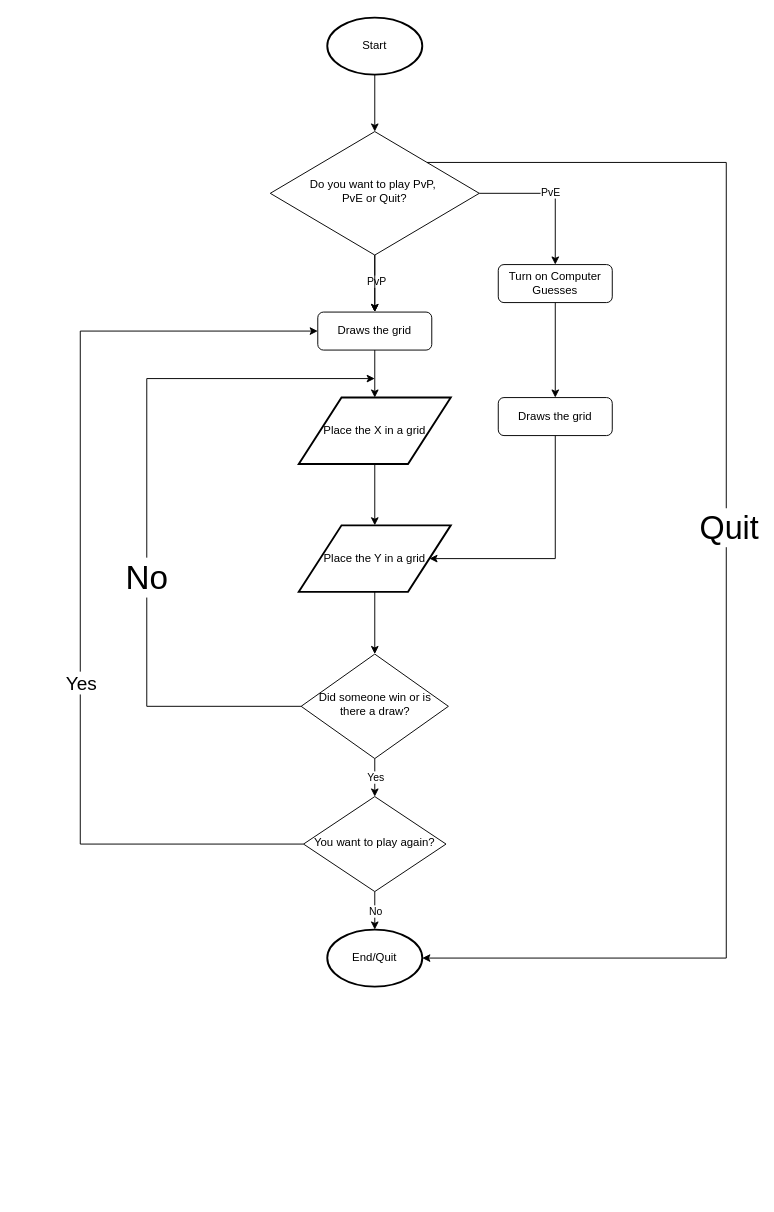
Before: Flowchart.drawio in kacper0880/python_project_tic-tac-toe, a draw.io diagram. Source tidied: cells renumbered, new cells numbered last; positions are measured from the earlier drawing's top-left corner, leaving out a move shared by most shapes. Both pictures are drawn from the tidied source at 95%, with x=0, y=0 at pixel (80, 17).
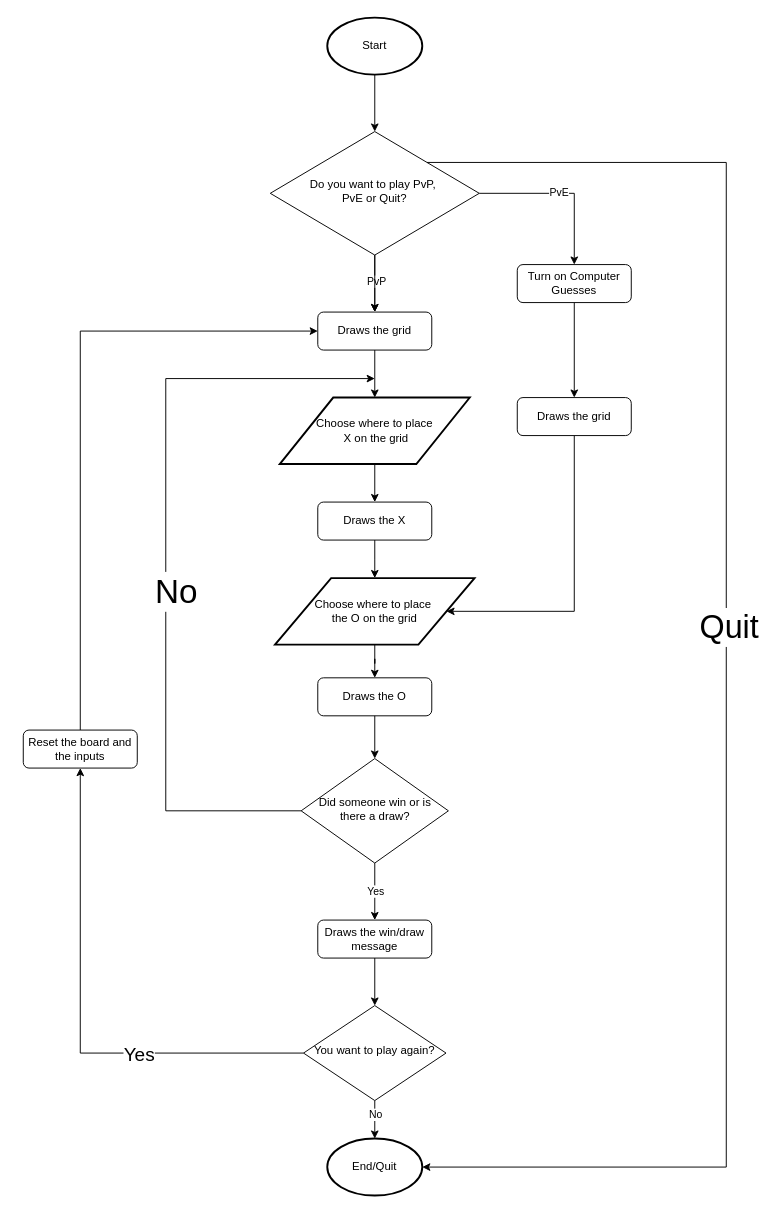
After the change.

Commit message (it also covers changes not shown here):
Added the flowchart photo and added comments

Unchanged cells that the change refers to:
```xml
<mxCell id="9" value="Do you want to play PvP,&amp;nbsp;&lt;div&gt;PvE or Quit?&lt;/div&gt;" style="rhombus;whiteSpace=wrap;html=1;shadow=0;fontFamily=Helvetica;fontSize=12;align=center;strokeWidth=1;spacing=6;spacingTop=-4;" parent="1" vertex="1">
  <mxGeometry x="200" y="120" width="220" height="130" as="geometry" />
</mxCell>
<mxCell id="11" value="Draws the grid" style="rounded=1;whiteSpace=wrap;html=1;fontSize=12;glass=0;strokeWidth=1;shadow=0;" parent="1" vertex="1">
  <mxGeometry x="250" y="310" width="120" height="40" as="geometry" />
</mxCell>
<mxCell id="28" style="edgeStyle=orthogonalEdgeStyle;rounded=0;jettySize=auto;html=1;entryX=0.5;entryY=0;entryDx=0;entryDy=0;entryPerimeter=0;" parent="1" edge="1" source="32" target="14">
  <mxGeometry relative="1" as="geometry" />
</mxCell>
```

What changed in the source:
```diff
@@
     <mxCell id="3" value="Turn on Computer Guesses" style="rounded=1;whiteSpace=wrap;html=1;fontSize=12;glass=0;strokeWidth=1;shadow=0;" parent="1" vertex="1">
-      <mxGeometry x="440" y="260" width="120" height="40" as="geometry" />
+      <mxGeometry x="460" y="260" width="120" height="40" as="geometry" />
     </mxCell>
@@
     <mxCell id="14" value="End/Quit" style="strokeWidth=2;html=1;shape=mxgraph.flowchart.start_1;whiteSpace=wrap;" parent="1" vertex="1">
-      <mxGeometry x="260" y="960" width="100" height="60" as="geometry" />
+      <mxGeometry x="260" y="1180" width="100" height="60" as="geometry" />
     </mxCell>
     <mxCell id="15" style="edgeStyle=orthogonalEdgeStyle;rounded=0;jettySize=auto;html=1;entryX=1;entryY=0.5;entryDx=0;entryDy=0;exitX=1;exitY=0;exitDx=0;exitDy=0;entryPerimeter=0;" parent="1" edge="1" source="9" target="14">
       <mxGeometry relative="1" as="geometry">
         <Array as="points">
           <mxPoint x="680" y="153" />
-          <mxPoint x="680" y="990" />
+          <mxPoint x="680" y="1210" />
         </Array>
       </mxGeometry>
     </mxCell>
@@
-    <mxCell id="17" style="edgeStyle=orthogonalEdgeStyle;rounded=0;jettySize=auto;html=1;" parent="1" edge="1" source="18" target="20">
+    <mxCell id="17" style="edgeStyle=orthogonalEdgeStyle;rounded=0;jettySize=auto;html=1;entryX=0.5;entryY=0;entryDx=0;entryDy=0;" parent="1" edge="1" source="18" target="35">
       <mxGeometry relative="1" as="geometry" />
     </mxCell>
-    <mxCell id="18" value="Place the X in a grid" style="shape=parallelogram;html=1;strokeWidth=2;perimeter=parallelogramPerimeter;whiteSpace=wrap;rounded=1;arcSize=0;size=0.28125;" parent="1" vertex="1">
-      <mxGeometry x="230" y="400" width="160" height="70" as="geometry" />
+    <mxCell id="18" value="Choose where to place&lt;div&gt;&amp;nbsp;X on the grid&lt;/div&gt;" style="shape=parallelogram;html=1;strokeWidth=2;perimeter=parallelogramPerimeter;whiteSpace=wrap;rounded=1;arcSize=0;size=0.28125;" parent="1" vertex="1">
+      <mxGeometry x="210" y="400" width="200" height="70" as="geometry" />
     </mxCell>
-    <mxCell id="19" style="edgeStyle=orthogonalEdgeStyle;rounded=0;jettySize=auto;html=1;" parent="1" edge="1" source="20" target="27">
+    <mxCell id="19" style="edgeStyle=orthogonalEdgeStyle;rounded=0;jettySize=auto;html=1;entryX=0.5;entryY=0;entryDx=0;entryDy=0;" parent="1" edge="1" source="20" target="36">
       <mxGeometry relative="1" as="geometry" />
     </mxCell>
-    <mxCell id="20" value="Place the Y in a grid" style="shape=parallelogram;html=1;strokeWidth=2;perimeter=parallelogramPerimeter;whiteSpace=wrap;rounded=1;arcSize=0;size=0.28125;" parent="1" vertex="1">
-      <mxGeometry x="230" y="534.5" width="160" height="70" as="geometry" />
+    <mxCell id="20" value="Choose where to place&amp;nbsp;&lt;div&gt;the O on the grid&lt;/div&gt;" style="shape=parallelogram;html=1;strokeWidth=2;perimeter=parallelogramPerimeter;whiteSpace=wrap;rounded=1;arcSize=0;size=0.28125;" parent="1" vertex="1">
+      <mxGeometry x="205" y="590" width="210" height="70" as="geometry" />
     </mxCell>
     <mxCell id="21" style="edgeStyle=orthogonalEdgeStyle;rounded=0;jettySize=auto;html=1;entryX=1;entryY=0.5;entryDx=0;entryDy=0;" parent="1" edge="1" source="22" target="20">
       <mxGeometry relative="1" as="geometry">
         <Array as="points">
-          <mxPoint x="500" y="570" />
+          <mxPoint x="520" y="625" />
         </Array>
       </mxGeometry>
     </mxCell>
     <mxCell id="22" value="Draws the grid" style="rounded=1;whiteSpace=wrap;html=1;fontSize=12;glass=0;strokeWidth=1;shadow=0;" parent="1" vertex="1">
-      <mxGeometry x="440" y="400" width="120" height="40" as="geometry" />
+      <mxGeometry x="460" y="400" width="120" height="40" as="geometry" />
     </mxCell>
-    <mxCell id="23" style="edgeStyle=orthogonalEdgeStyle;rounded=0;jettySize=auto;html=1;" parent="1" edge="1" source="27">
+    <mxCell id="23" style="edgeStyle=orthogonalEdgeStyle;rounded=0;jettySize=auto;html=1;exitX=0;exitY=0.5;exitDx=0;exitDy=0;" parent="1" edge="1" source="27">
       <mxGeometry relative="1" as="geometry">
         <mxPoint x="310" y="380" as="targetPoint" />
         <Array as="points">
-          <mxPoint x="70" y="725" />
-          <mxPoint x="70" y="380" />
+          <mxPoint x="90" y="835" />
+          <mxPoint x="90" y="380" />
         </Array>
       </mxGeometry>
     </mxCell>
     <mxCell id="24" value="No" style="edgeLabel;html=1;align=center;verticalAlign=middle;fontSize=35;" parent="23" vertex="1">
       <mxGeometry x="-0.23" y="1" relative="1" as="geometry">
-        <mxPoint y="-11" as="offset" />
+        <mxPoint x="11" y="-59" as="offset" />
       </mxGeometry>
     </mxCell>
-    <mxCell id="25" style="edgeStyle=orthogonalEdgeStyle;rounded=0;jettySize=auto;html=1;" parent="1" edge="1" source="27" target="32">
+    <mxCell id="25" style="edgeStyle=orthogonalEdgeStyle;rounded=0;jettySize=auto;html=1;entryX=0.5;entryY=0;entryDx=0;entryDy=0;" parent="1" edge="1" source="27" target="39">
       <mxGeometry relative="1" as="geometry" />
     </mxCell>
@@
     <mxCell id="27" value="Did someone win or is there a draw?" style="rhombus;whiteSpace=wrap;html=1;shadow=0;fontFamily=Helvetica;fontSize=12;align=center;strokeWidth=1;spacing=6;spacingTop=-4;" parent="1" vertex="1">
-      <mxGeometry x="232.5" y="670" width="155" height="110" as="geometry" />
+      <mxGeometry x="232.5" y="780" width="155" height="110" as="geometry" />
     </mxCell>
@@
     <mxCell id="29" value="No" style="edgeLabel;html=1;align=center;verticalAlign=middle;" parent="28" vertex="1">
-      <mxGeometry relative="1" as="geometry" />
+      <mxGeometry relative="1" as="geometry">
+        <mxPoint y="-6" as="offset" />
+      </mxGeometry>
     </mxCell>
-    <mxCell id="30" style="edgeStyle=orthogonalEdgeStyle;rounded=0;jettySize=auto;html=1;entryX=0;entryY=0.5;entryDx=0;entryDy=0;exitX=0;exitY=0.5;exitDx=0;exitDy=0;" parent="1" edge="1" source="32" target="11">
+    <mxCell id="30" style="edgeStyle=orthogonalEdgeStyle;rounded=0;jettySize=auto;html=1;entryX=0;entryY=0.5;entryDx=0;entryDy=0;exitX=0;exitY=0.5;exitDx=0;exitDy=0;" parent="1" edge="1" source="34" target="11">
       <mxGeometry relative="1" as="geometry">
         <Array as="points">
-          <mxPoint y="870" />
           <mxPoint y="330" />
         </Array>
       </mxGeometry>
     </mxCell>
+    <mxCell id="32" value="You want to play again?" style="rhombus;whiteSpace=wrap;html=1;shadow=0;fontFamily=Helvetica;fontSize=12;align=center;strokeWidth=1;spacing=6;spacingTop=-4;" parent="1" vertex="1">
+      <mxGeometry x="235" y="1040" width="150" height="100" as="geometry" />
+    </mxCell>
+    <mxCell id="33" style="edgeStyle=orthogonalEdgeStyle;rounded=0;jettySize=auto;html=1;entryX=0.5;entryY=1;entryDx=0;entryDy=0;exitX=0;exitY=0.5;exitDx=0;exitDy=0;" parent="1" edge="1" source="32" target="34">
+      <mxGeometry relative="1" as="geometry">
+        <Array as="points">
+          <mxPoint y="1090" />
+        </Array>
+      </mxGeometry>
+    </mxCell>
-    <mxCell id="31" value="Yes" style="edgeLabel;html=1;align=center;verticalAlign=middle;fontSize=20;" parent="30" vertex="1">
+    <mxCell id="31" value="Yes" style="edgeLabel;html=1;align=center;verticalAlign=middle;fontSize=20;" parent="33" vertex="1">
       <mxGeometry x="-0.31" y="-1" relative="1" as="geometry">
-        <mxPoint x="-1" y="-52" as="offset" />
+        <mxPoint x="11" y="1" as="offset" />
       </mxGeometry>
     </mxCell>
-    <mxCell id="32" value="You want to play again?" style="rhombus;whiteSpace=wrap;html=1;shadow=0;fontFamily=Helvetica;fontSize=12;align=center;strokeWidth=1;spacing=6;spacingTop=-4;" parent="1" vertex="1">
-      <mxGeometry x="235" y="820" width="150" height="100" as="geometry" />
-    </mxCell>
+    <mxCell id="34" value="Reset the board and the inputs" style="rounded=1;whiteSpace=wrap;html=1;fontSize=12;glass=0;strokeWidth=1;shadow=0;" parent="1" vertex="1">
+      <mxGeometry x="-60" y="750" width="120" height="40" as="geometry" />
+    </mxCell>
+    <mxCell id="35" value="Draws the X" style="rounded=1;whiteSpace=wrap;html=1;fontSize=12;glass=0;strokeWidth=1;shadow=0;" parent="1" vertex="1">
+      <mxGeometry x="250" y="510" width="120" height="40" as="geometry" />
+    </mxCell>
+    <mxCell id="36" value="Draws the O" style="rounded=1;whiteSpace=wrap;html=1;fontSize=12;glass=0;strokeWidth=1;shadow=0;" parent="1" vertex="1">
+      <mxGeometry x="250" y="695" width="120" height="40" as="geometry" />
+    </mxCell>
+    <mxCell id="37" style="edgeStyle=orthogonalEdgeStyle;rounded=0;jettySize=auto;html=1;exitX=0.5;exitY=1;exitDx=0;exitDy=0;entryX=0.5;entryY=0;entryDx=0;entryDy=0;" parent="1" edge="1" source="36" target="27">
+      <mxGeometry relative="1" as="geometry" />
+    </mxCell>
+    <mxCell id="38" style="edgeStyle=orthogonalEdgeStyle;rounded=0;jettySize=auto;html=1;exitX=0.5;exitY=1;exitDx=0;exitDy=0;" parent="1" edge="1" source="35">
+      <mxGeometry relative="1" as="geometry">
+        <mxPoint x="310" y="590" as="targetPoint" />
+      </mxGeometry>
+    </mxCell>
+    <mxCell id="39" value="Draws the win/draw message" style="rounded=1;whiteSpace=wrap;html=1;fontSize=12;glass=0;strokeWidth=1;shadow=0;" parent="1" vertex="1">
+      <mxGeometry x="250" y="950" width="120" height="40" as="geometry" />
+    </mxCell>
+    <mxCell id="40" style="edgeStyle=orthogonalEdgeStyle;rounded=0;jettySize=auto;html=1;exitX=0.5;exitY=1;exitDx=0;exitDy=0;" parent="1" edge="1" source="39">
+      <mxGeometry relative="1" as="geometry">
+        <mxPoint x="310" y="1040" as="targetPoint" />
+        <Array as="points">
+          <mxPoint x="310" y="1040" />
+        </Array>
+      </mxGeometry>
+    </mxCell>
```
